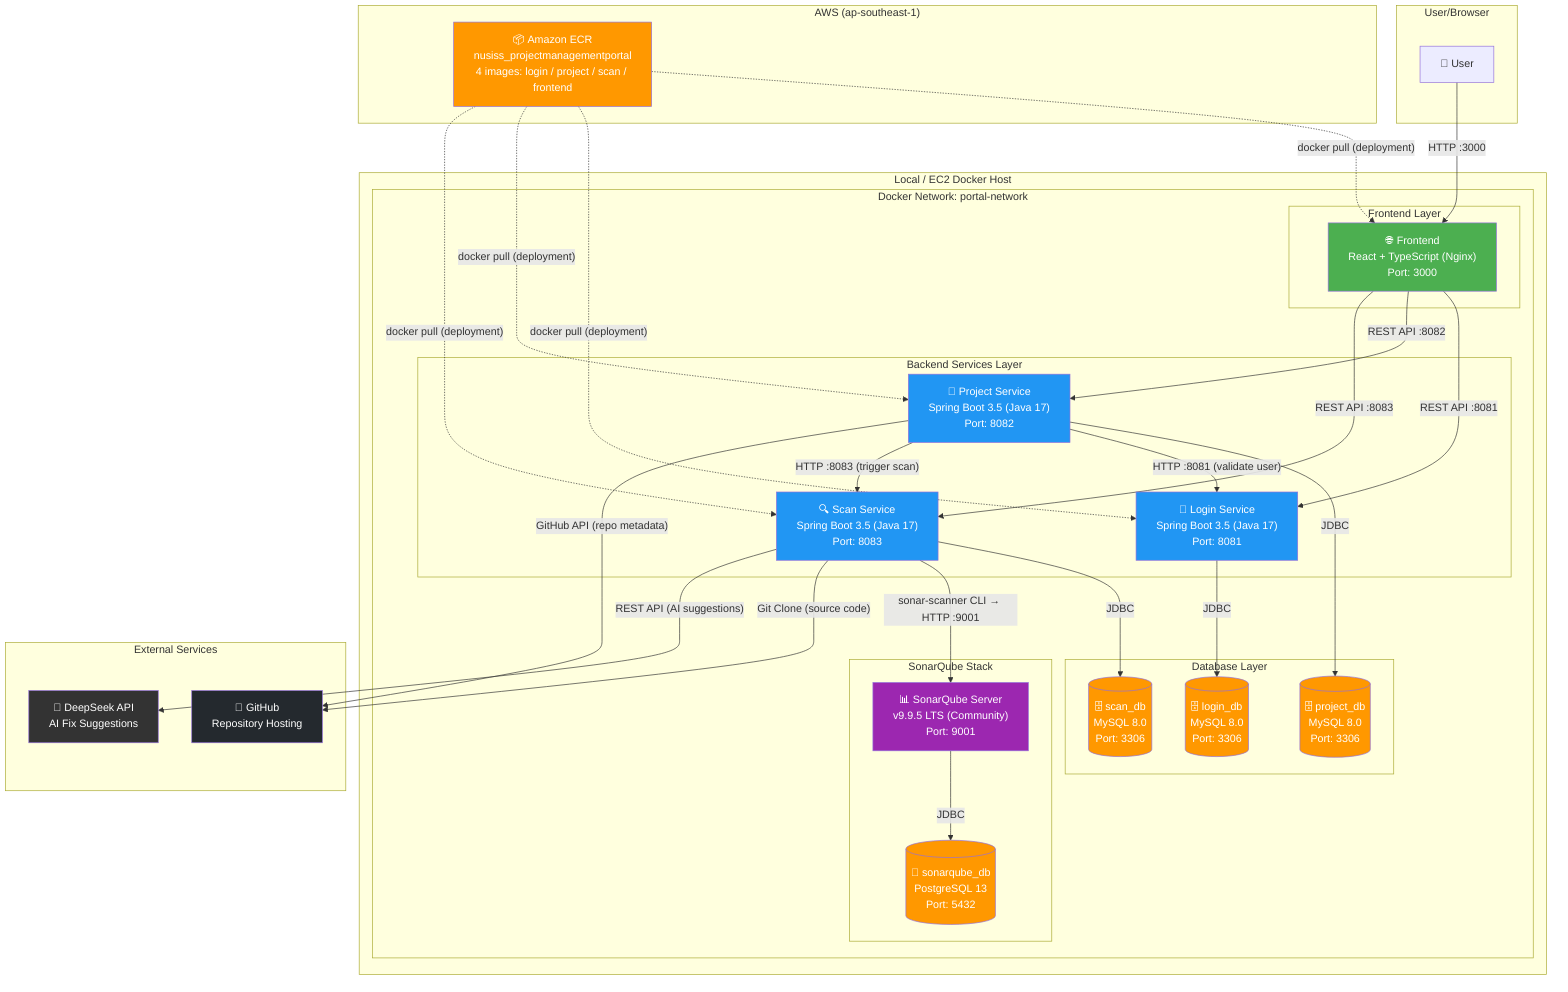
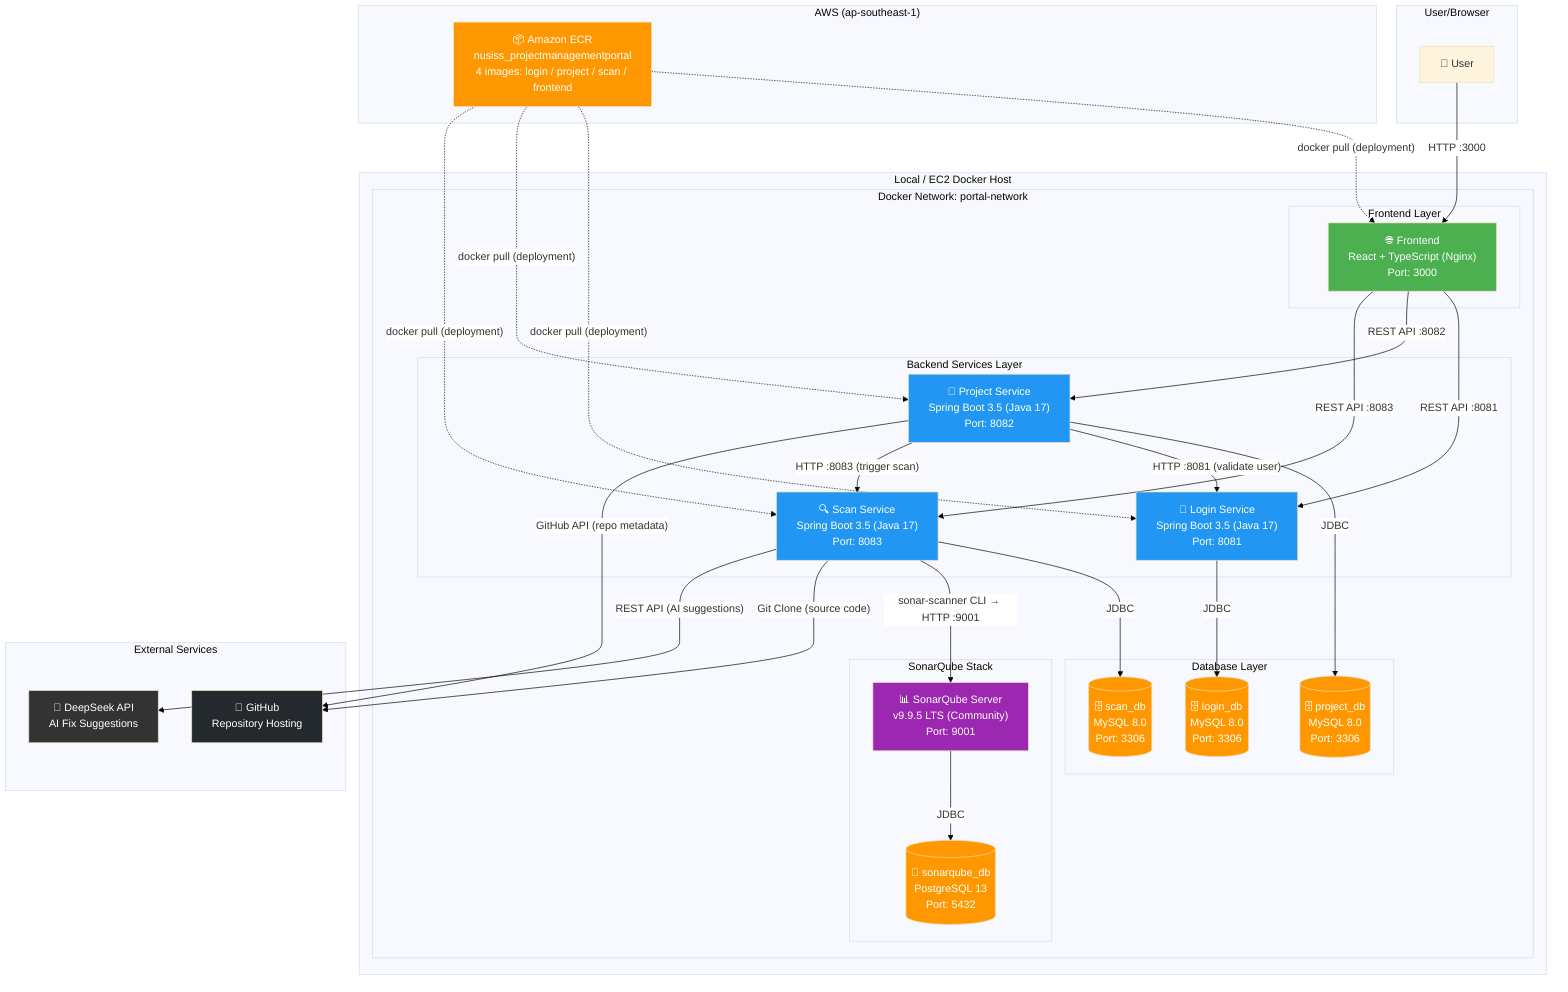
+ %%{init: {'theme': 'base', 'themeVariables': {'lineColor': '#000000', 'edgeLabelBackground': '#ffffff'}}}%%
graph TB
    subgraph "User/Browser"
        User[👤 User]
    end

    subgraph "Local / EC2 Docker Host"

        subgraph "Docker Network: portal-network"

            subgraph "Frontend Layer"
                FE["🌐 Frontend
React + TypeScript (Nginx)
Port: 3000"]
            end

            subgraph "Backend Services Layer"
                LS["🔐 Login Service
Spring Boot 3.5 (Java 17)
Port: 8081"]
                PS["📁 Project Service
Spring Boot 3.5 (Java 17)
Port: 8082"]
                SCS["🔍 Scan Service
Spring Boot 3.5 (Java 17)
Port: 8083"]
            end

            subgraph "Database Layer"
                LDB[("🗄️ login_db
MySQL 8.0
Port: 3306")]
                PDB[("🗄️ project_db
MySQL 8.0
Port: 3306")]
                SDB[("🗄️ scan_db
MySQL 8.0
Port: 3306")]
            end

            subgraph "SonarQube Stack"
                SQDB[("🐘 sonarqube_db
PostgreSQL 13
Port: 5432")]
                SQ["📊 SonarQube Server
v9.9.5 LTS (Community)
Port: 9001"]
            end

        end

    end

    subgraph "External Services"
        GH["🐙 GitHub
Repository Hosting"]
        DS["🤖 DeepSeek API
AI Fix Suggestions"]
    end

    subgraph "AWS (ap-southeast-1)"
        ECR["📦 Amazon ECR
nusiss_projectmanagementportal
4 images: login / project / scan / frontend"]
    end

    %% User to Frontend
    User -->|"HTTP :3000"| FE

    %% Frontend to Backend
    FE -->|"REST API :8081"| LS
    FE -->|"REST API :8082"| PS
    FE -->|"REST API :8083"| SCS

    %% Services to their own DBs
    LS -->|"JDBC"| LDB
    PS -->|"JDBC"| PDB
    SCS -->|"JDBC"| SDB

    %% Service-to-service
    PS -->|"HTTP :8081 (validate user)"| LS
    PS -->|"HTTP :8083 (trigger scan)"| SCS

    %% Scan Service to SonarQube
    SCS -->|"sonar-scanner CLI → HTTP :9001"| SQ
    SQ -->|"JDBC"| SQDB

    %% External integrations
    PS -->|"GitHub API (repo metadata)"| GH
    SCS -->|"Git Clone (source code)"| GH
    SCS -->|"REST API (AI suggestions)"| DS

    %% CI/CD pushes images to ECR
    ECR -.->|"docker pull (deployment)"| FE
    ECR -.->|"docker pull (deployment)"| LS
    ECR -.->|"docker pull (deployment)"| PS
    ECR -.->|"docker pull (deployment)"| SCS

    %% Styling
    style FE fill:#4CAF50,color:#fff
    style LS fill:#2196F3,color:#fff
    style PS fill:#2196F3,color:#fff
    style SCS fill:#2196F3,color:#fff
    style LDB fill:#FF9800,color:#fff
    style PDB fill:#FF9800,color:#fff
    style SDB fill:#FF9800,color:#fff
    style SQDB fill:#FF9800,color:#fff
    style SQ fill:#9C27B0,color:#fff
    style ECR fill:#FF9800,color:#fff
    style GH fill:#24292e,color:#fff
    style DS fill:#333,color:#fff
